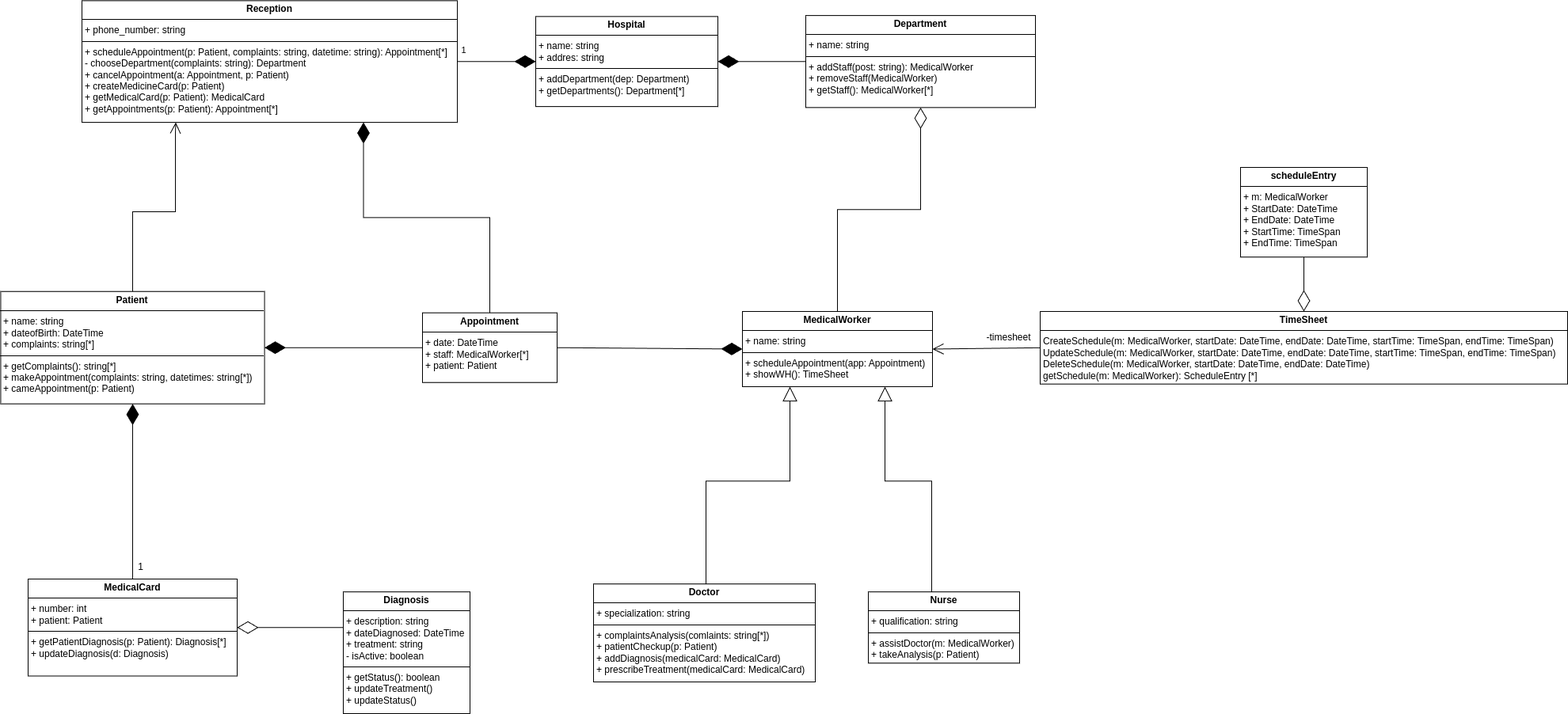
Earlier version of the draw.io export lab2/CD.png (nedeadinside/oaoaoaoaoaoaoaoa). Source tidied: cells renumbered, new cells last; positions are measured from the earlier drawing's top-left corner, leaving out a move shared by most shapes.
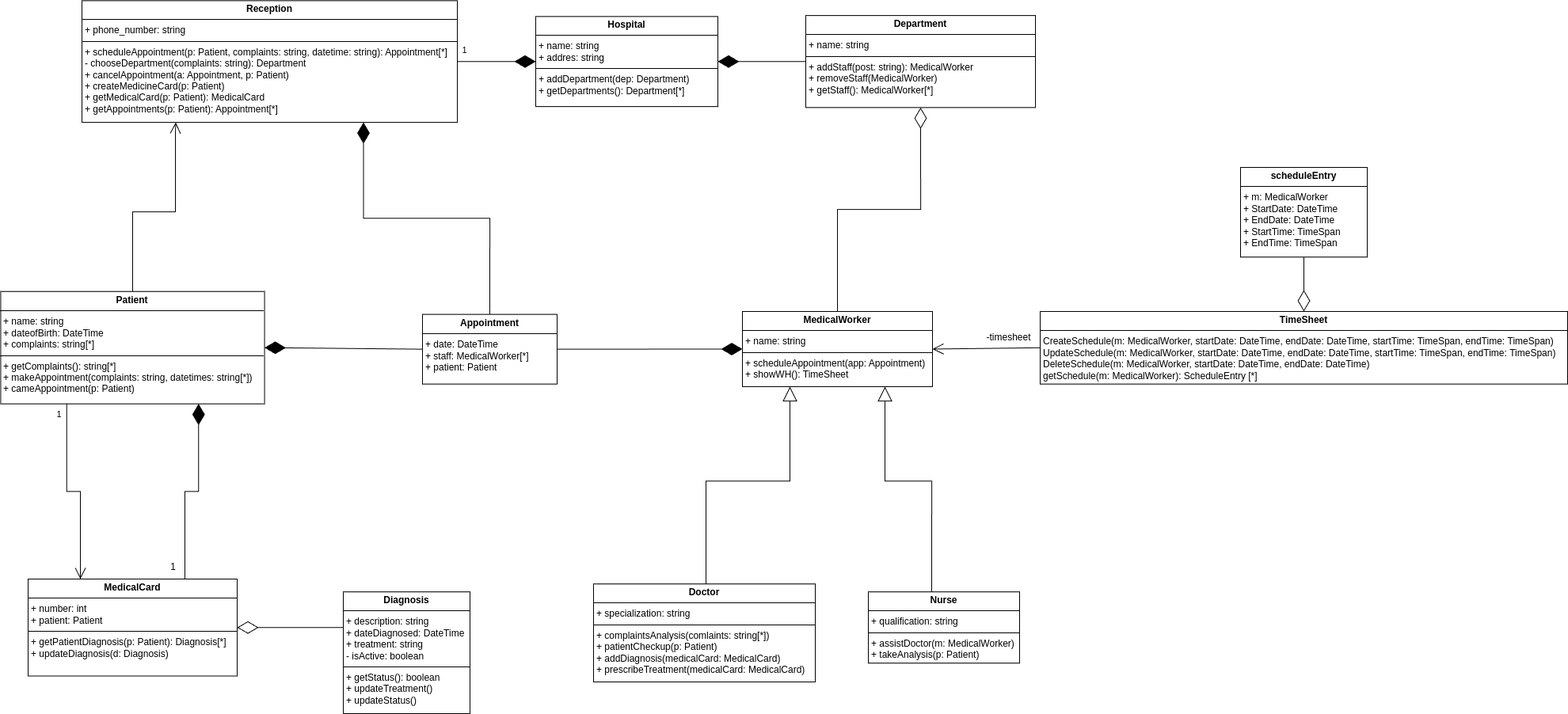
After the commit.

What changed in the source:
```diff
@@ -49,7 +49,7 @@
       <mxGeometry x="0.4" y="367.7" width="333.1" height="142" as="geometry" />
     </mxCell>
     <mxCell id="14" value="&lt;p style=&quot;margin:0px;margin-top:4px;text-align:center;&quot;&gt;&lt;b&gt;Appointment&lt;/b&gt;&lt;/p&gt;&lt;hr size=&quot;1&quot; style=&quot;border-style:solid;&quot;&gt;&lt;p style=&quot;margin:0px;margin-left:4px;&quot;&gt;+ date:&amp;nbsp;&lt;span style=&quot;background-color: initial;&quot;&gt;DateTime&lt;/span&gt;&lt;/p&gt;&lt;p style=&quot;margin:0px;margin-left:4px;&quot;&gt;+ staff: MedicalWorker[*]&lt;/p&gt;&lt;p style=&quot;margin:0px;margin-left:4px;&quot;&gt;+ patient: Patient&lt;/p&gt;" style="verticalAlign=top;align=left;overflow=fill;html=1;whiteSpace=wrap;" parent="1" vertex="1">
-      <mxGeometry x="533" y="394.7" width="170" height="88" as="geometry" />
+      <mxGeometry x="533" y="396.6" width="170" height="88" as="geometry" />
     </mxCell>
     <mxCell id="15" value="&lt;p style=&quot;margin:0px;margin-top:4px;text-align:center;&quot;&gt;&lt;b&gt;MedicalCard&lt;/b&gt;&lt;/p&gt;&lt;hr size=&quot;1&quot; style=&quot;border-style:solid;&quot;&gt;&lt;p style=&quot;margin:0px;margin-left:4px;&quot;&gt;+ number: int&lt;/p&gt;&lt;p style=&quot;margin:0px;margin-left:4px;&quot;&gt;+ patient: Patient&lt;/p&gt;&lt;hr size=&quot;1&quot; style=&quot;border-style:solid;&quot;&gt;&lt;p style=&quot;margin:0px;margin-left:4px;&quot;&gt;+ getPatientDiagnosis(p: Patient): Diagnosis[*]&lt;/p&gt;&lt;p style=&quot;margin:0px;margin-left:4px;&quot;&gt;+ updateDiagnosis(d: Diagnosis)&lt;/p&gt;" style="verticalAlign=top;align=left;overflow=fill;html=1;whiteSpace=wrap;" parent="1" vertex="1">
       <mxGeometry x="35" y="731" width="264" height="122.5" as="geometry" />
@@ -89,11 +89,11 @@
     <mxCell id="22" style="endArrow=diamondThin;endFill=1;endSize=24;html=1;rounded=0;entryX=0;entryY=0.5;entryDx=0;entryDy=0;exitX=1;exitY=0.5;exitDx=0;exitDy=0;" parent="1" edge="1" source="14" target="17">
       <mxGeometry relative="1" as="geometry" />
     </mxCell>
-    <mxCell id="23" style="endArrow=diamondThin;endFill=1;endSize=24;html=1;rounded=0;entryX=0.5;entryY=1;entryDx=0;entryDy=0;exitX=0.5;exitY=0;exitDx=0;exitDy=0;" parent="1" edge="1" source="15" target="13">
+    <mxCell id="23" style="endArrow=diamondThin;endFill=1;endSize=24;html=1;rounded=0;entryX=0.75;entryY=1;entryDx=0;entryDy=0;exitX=0.75;exitY=0;exitDx=0;exitDy=0;edgeStyle=orthogonalEdgeStyle;" parent="1" edge="1" source="15" target="13">
       <mxGeometry relative="1" as="geometry" />
     </mxCell>
     <mxCell id="24" value="1" style="text;html=1;align=center;verticalAlign=middle;strokeColor=none;fillColor=none;" parent="1" vertex="1">
-      <mxGeometry x="162" y="701" width="30" height="30" as="geometry" />
+      <mxGeometry x="203" y="701" width="30" height="30" as="geometry" />
     </mxCell>
     <mxCell id="25" value="&lt;p style=&quot;margin:0px;margin-top:4px;text-align:center;&quot;&gt;&lt;b style=&quot;background-color: initial;&quot;&gt;TimeSheet&lt;/b&gt;&lt;/p&gt;&lt;hr size=&quot;1&quot; style=&quot;border-style:solid;&quot;&gt;&lt;p style=&quot;margin:0px;margin-left:4px;&quot;&gt;CreateSchedule(m:&amp;nbsp;&lt;span style=&quot;background-color: initial;&quot;&gt;MedicalWorker&lt;/span&gt;&lt;span style=&quot;background-color: initial;&quot;&gt;,&amp;nbsp;&lt;/span&gt;&lt;span style=&quot;background-color: initial;&quot;&gt;startDate:&amp;nbsp;&lt;/span&gt;&lt;span style=&quot;background-color: initial;&quot;&gt;DateTime,&amp;nbsp;&lt;/span&gt;&lt;span style=&quot;background-color: initial;&quot;&gt;endDate:&lt;/span&gt;&lt;span style=&quot;background-color: initial;&quot;&gt;&amp;nbsp;DateTime,&amp;nbsp;&lt;/span&gt;&lt;span style=&quot;background-color: initial;&quot;&gt;startTime:&amp;nbsp;&lt;/span&gt;&lt;span style=&quot;background-color: initial;&quot;&gt;TimeSpan,&amp;nbsp;&lt;/span&gt;&lt;span style=&quot;background-color: initial;&quot;&gt;endTime:&lt;/span&gt;&lt;span style=&quot;background-color: initial;&quot;&gt;&amp;nbsp;TimeSpan)&lt;/span&gt;&lt;/p&gt;&lt;p style=&quot;margin:0px;margin-left:4px;&quot;&gt;&lt;span style=&quot;background-color: initial;&quot;&gt;UpdateSchedule(m:&amp;nbsp;&lt;/span&gt;&lt;span style=&quot;background-color: initial;&quot;&gt;MedicalWorker&lt;/span&gt;&lt;span style=&quot;background-color: initial;&quot;&gt;,&amp;nbsp;&lt;/span&gt;&lt;span style=&quot;background-color: initial;&quot;&gt;startDate:&amp;nbsp;&lt;/span&gt;&lt;span style=&quot;background-color: initial;&quot;&gt;DateTime,&amp;nbsp;&lt;/span&gt;&lt;span style=&quot;background-color: initial;&quot;&gt;endDate:&lt;/span&gt;&lt;span style=&quot;background-color: initial;&quot;&gt;&amp;nbsp;DateTime,&amp;nbsp;&lt;/span&gt;&lt;span style=&quot;background-color: initial;&quot;&gt;startTime:&lt;/span&gt;&lt;span style=&quot;background-color: initial;&quot;&gt;&amp;nbsp;TimeSpan,&amp;nbsp;&lt;/span&gt;&lt;span style=&quot;background-color: initial;&quot;&gt;endTime:&amp;nbsp;&lt;/span&gt;&lt;span style=&quot;background-color: initial;&quot;&gt;TimeSpan)&lt;/span&gt;&lt;/p&gt;&lt;p style=&quot;margin:0px;margin-left:4px;&quot;&gt;&lt;span style=&quot;background-color: initial;&quot;&gt;DeleteSchedule(&lt;/span&gt;&lt;span style=&quot;background-color: initial;&quot;&gt;m:&amp;nbsp;&lt;/span&gt;&lt;span style=&quot;background-color: initial;&quot;&gt;MedicalWorker,&amp;nbsp;&lt;/span&gt;&lt;span style=&quot;background-color: initial;&quot;&gt;startDate:&amp;nbsp;&lt;/span&gt;&lt;span style=&quot;background-color: initial;&quot;&gt;DateTime,&amp;nbsp;&lt;/span&gt;&lt;span style=&quot;background-color: initial;&quot;&gt;endDate:&amp;nbsp;&lt;/span&gt;&lt;span style=&quot;background-color: initial;&quot;&gt;DateTime)&lt;/span&gt;&lt;/p&gt;&lt;p style=&quot;margin:0px;margin-left:4px;&quot;&gt;getSchedule(m: MedicalWorker): ScheduleEntry [*]&lt;/p&gt;" style="verticalAlign=top;align=left;overflow=fill;html=1;whiteSpace=wrap;" parent="1" vertex="1">
       <mxGeometry x="1313" y="393" width="666" height="91.7" as="geometry" />
@@ -116,5 +116,13 @@
     <mxCell id="31" value="-timesheet" style="text;html=1;align=center;verticalAlign=middle;strokeColor=none;fillColor=none;" parent="1" vertex="1">
       <mxGeometry x="1233" y="411" width="80" height="30" as="geometry" />
     </mxCell>
+    <mxCell id="32" style="endArrow=open;endFill=1;endSize=12;html=1;rounded=0;exitX=0.25;exitY=1;exitDx=0;exitDy=0;entryX=0.25;entryY=0;entryDx=0;entryDy=0;edgeStyle=orthogonalEdgeStyle;" parent="1" edge="1" source="13" target="15">
+      <mxGeometry relative="1" as="geometry" />
+    </mxCell>
+    <mxCell id="33" value="1" style="edgeLabel;html=1;align=center;verticalAlign=middle;" parent="32" vertex="1">
+      <mxGeometry x="-0.89" y="-1" relative="1" as="geometry">
+        <mxPoint x="-10" as="offset" />
+      </mxGeometry>
+    </mxCell>
   </root>
 </mxGraphModel>
```
